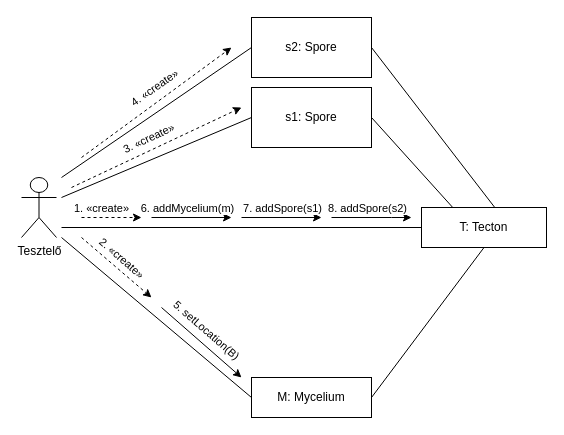
Earlier version of the draw.io diagram page "MBGrowNoSporeKomm" (4 of 14) of 5_szkeleton_terv/BJ Mycelium & MushroomBody Komm&Seq .drawio (koharzsombor/bandITs). Source tidied: cells renumbered, new cells numbered last; positions are measured from the earlier drawing's top-left corner, leaving out a move shared by most shapes. Both pictures are drawn from the tidied source at 100%, with x=0, y=0 at pixel (21, 17).
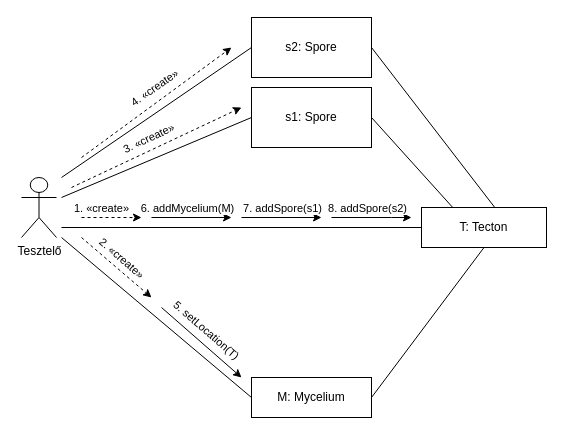
Above is the later version.

Unchanged cells that the change refers to:
```xml
<mxCell id="11" style="endArrow=classic;html=1;rounded=0;" parent="1" edge="1">
  <mxGeometry relative="1" as="geometry">
    <mxPoint x="140" y="290" as="sourcePoint" />
    <mxPoint x="220" y="360" as="targetPoint" />
  </mxGeometry>
</mxCell>
<mxCell id="18" style="endArrow=classic;html=1;rounded=0;" parent="1" edge="1">
  <mxGeometry relative="1" as="geometry">
    <mxPoint x="130" y="200" as="sourcePoint" />
    <mxPoint x="210" y="200" as="targetPoint" />
  </mxGeometry>
</mxCell>
```

What changed in the source:
```diff
@@
-    <mxCell id="12" value="5. setLocation(B)" style="edgeLabel;html=1;align=center;verticalAlign=middle;rotation=41;" parent="11" vertex="1">
+    <mxCell id="12" value="5. setLocation(T)" style="edgeLabel;html=1;align=center;verticalAlign=middle;rotation=41;" parent="11" vertex="1">
       <mxGeometry x="0.29" y="-1" relative="1" as="geometry">
         <mxPoint x="-6" y="-24" as="offset" />
       </mxGeometry>
     </mxCell>
@@
-    <mxCell id="19" value="6. addMycelium(m)" style="edgeLabel;html=1;align=center;verticalAlign=middle;" parent="18" vertex="1">
+    <mxCell id="19" value="6. addMycelium(M)" style="edgeLabel;html=1;align=center;verticalAlign=middle;" parent="18" vertex="1">
       <mxGeometry x="-0.17" y="-1" relative="1" as="geometry">
         <mxPoint x="2" y="-11" as="offset" />
       </mxGeometry>
     </mxCell>
```
